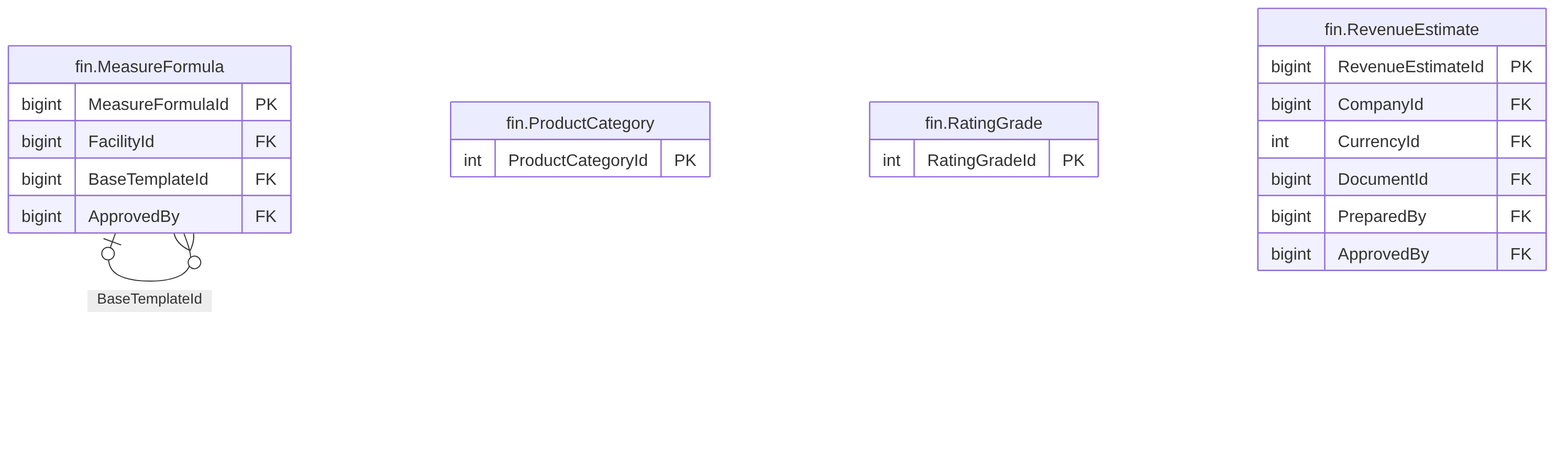
Before: treasury-platform/docs/diagrams/erd/m5_financials_9.png, a diagram exported from Mermaid (thawrasy/smartlines). Its source is kept beside it as treasury-platform/docs/diagrams/erd/m5_financials_9.mmd.
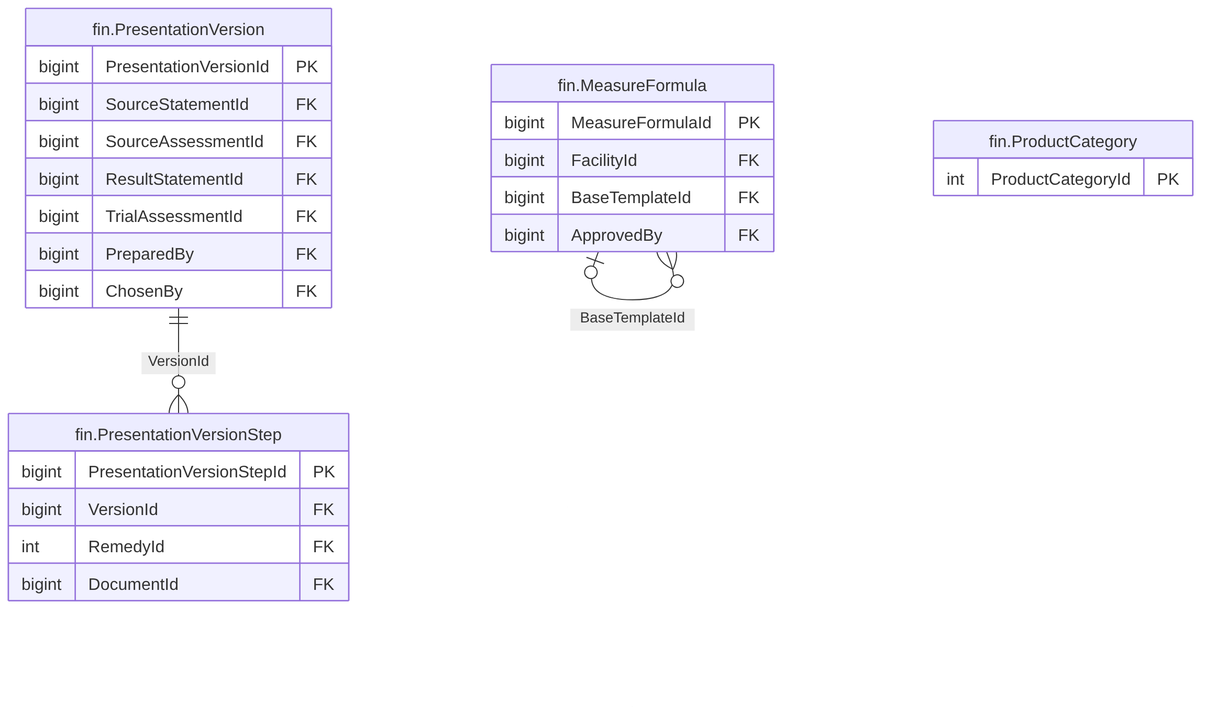
After the change.

What changed in the source:
```diff
@@ -5,18 +5,23 @@
     bigint BaseTemplateId FK
     bigint ApprovedBy FK
   }
+  fin_PresentationVersion["fin.PresentationVersion"] {
+    bigint PresentationVersionId PK
+    bigint SourceStatementId FK
+    bigint SourceAssessmentId FK
+    bigint ResultStatementId FK
+    bigint TrialAssessmentId FK
+    bigint PreparedBy FK
+    bigint ChosenBy FK
+  }
+  fin_PresentationVersionStep["fin.PresentationVersionStep"] {
+    bigint PresentationVersionStepId PK
+    bigint VersionId FK
+    int RemedyId FK
+    bigint DocumentId FK
+  }
   fin_ProductCategory["fin.ProductCategory"] {
     int ProductCategoryId PK
   }
-  fin_RatingGrade["fin.RatingGrade"] {
-    int RatingGradeId PK
-  }
-  fin_RevenueEstimate["fin.RevenueEstimate"] {
-    bigint RevenueEstimateId PK
-    bigint CompanyId FK
-    int CurrencyId FK
-    bigint DocumentId FK
-    bigint PreparedBy FK
-    bigint ApprovedBy FK
-  }
   fin_MeasureFormula |o--o{ fin_MeasureFormula : "BaseTemplateId"
+  fin_PresentationVersion ||--o{ fin_PresentationVersionStep : "VersionId"
```
